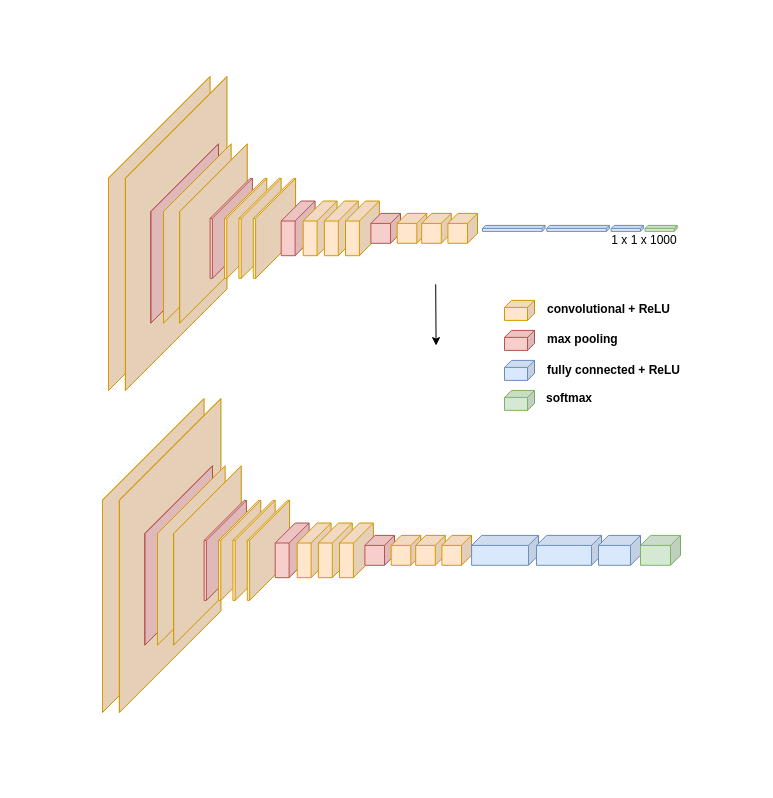
This is vgg16_xml.drawio from cherryandlemon/Neural-Network-Architecture-Diagrams, a draw.io file, before an edit. Source tidied: cells renumbered, new cells numbered last; positions are measured from the earlier drawing's top-left corner, leaving out a move shared by most shapes. Both pictures are drawn from the tidied source at 100%, with x=0, y=0 at pixel (17, 17).
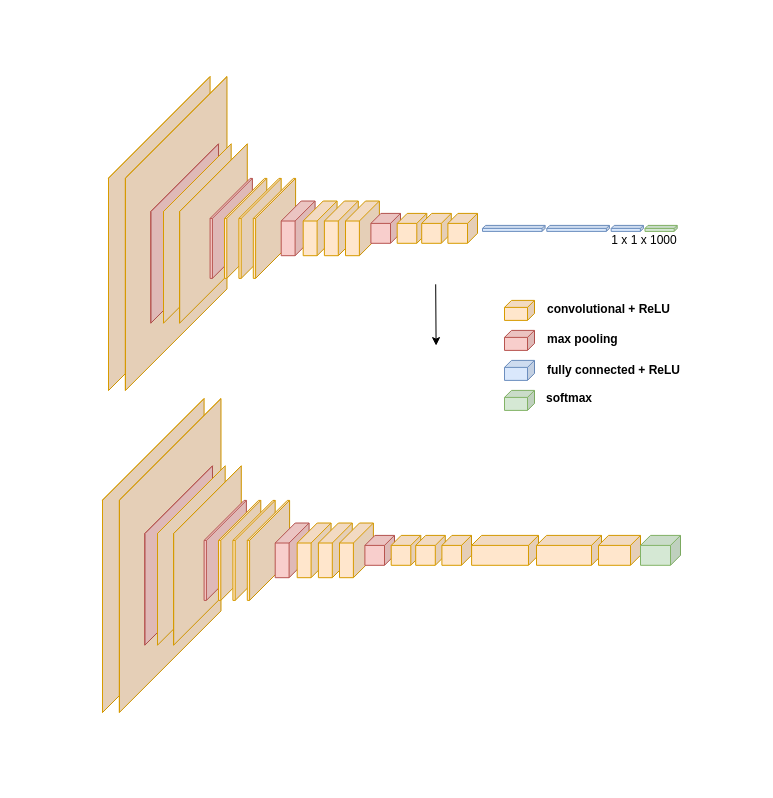
The same page after the edit.

The change refers to these unchanged cells:
```xml
<mxCell id="37" style="group;" parent="2" vertex="1">
  <mxGeometry x="85" y="381" width="578" height="314" as="geometry" />
</mxCell>
```

What changed in the source:
```diff
@@
-    <mxCell id="55" style="shape=cube;whiteSpace=wrap;html=1;boundedLbl=1;backgroundOutline=1;darkOpacity=0.05;darkOpacity2=0.1;size=10;direction=east;flipH=1;fillColor=#dae8fc;strokeColor=#6c8ebf;" parent="37" vertex="1">
+    <mxCell id="55" style="shape=cube;whiteSpace=wrap;html=1;boundedLbl=1;backgroundOutline=1;darkOpacity=0.05;darkOpacity2=0.1;size=10;direction=east;flipH=1;fillColor=#ffe6cc;strokeColor=#d79b00;" parent="37" vertex="1">
       <mxGeometry x="369.1" y="136.9" width="66.9" height="29.9" as="geometry" />
     </mxCell>
-    <mxCell id="56" style="shape=cube;whiteSpace=wrap;html=1;boundedLbl=1;backgroundOutline=1;darkOpacity=0.05;darkOpacity2=0.1;size=10;direction=east;flipH=1;fillColor=#dae8fc;strokeColor=#6c8ebf;" parent="37" vertex="1">
+    <mxCell id="56" style="shape=cube;whiteSpace=wrap;html=1;boundedLbl=1;backgroundOutline=1;darkOpacity=0.05;darkOpacity2=0.1;size=10;direction=east;flipH=1;fillColor=#ffe6cc;strokeColor=#d79b00;" parent="37" vertex="1">
       <mxGeometry x="434" y="136.9" width="65" height="29.9" as="geometry" />
     </mxCell>
-    <mxCell id="57" style="shape=cube;whiteSpace=wrap;html=1;boundedLbl=1;backgroundOutline=1;darkOpacity=0.05;darkOpacity2=0.1;size=10;direction=east;flipH=1;fillColor=#dae8fc;strokeColor=#6c8ebf;" parent="37" vertex="1">
+    <mxCell id="57" style="shape=cube;whiteSpace=wrap;html=1;boundedLbl=1;backgroundOutline=1;darkOpacity=0.05;darkOpacity2=0.1;size=10;direction=east;flipH=1;fillColor=#ffe6cc;strokeColor=#d79b00;" parent="37" vertex="1">
       <mxGeometry x="496" y="136.9" width="42" height="29.9" as="geometry" />
     </mxCell>
```
